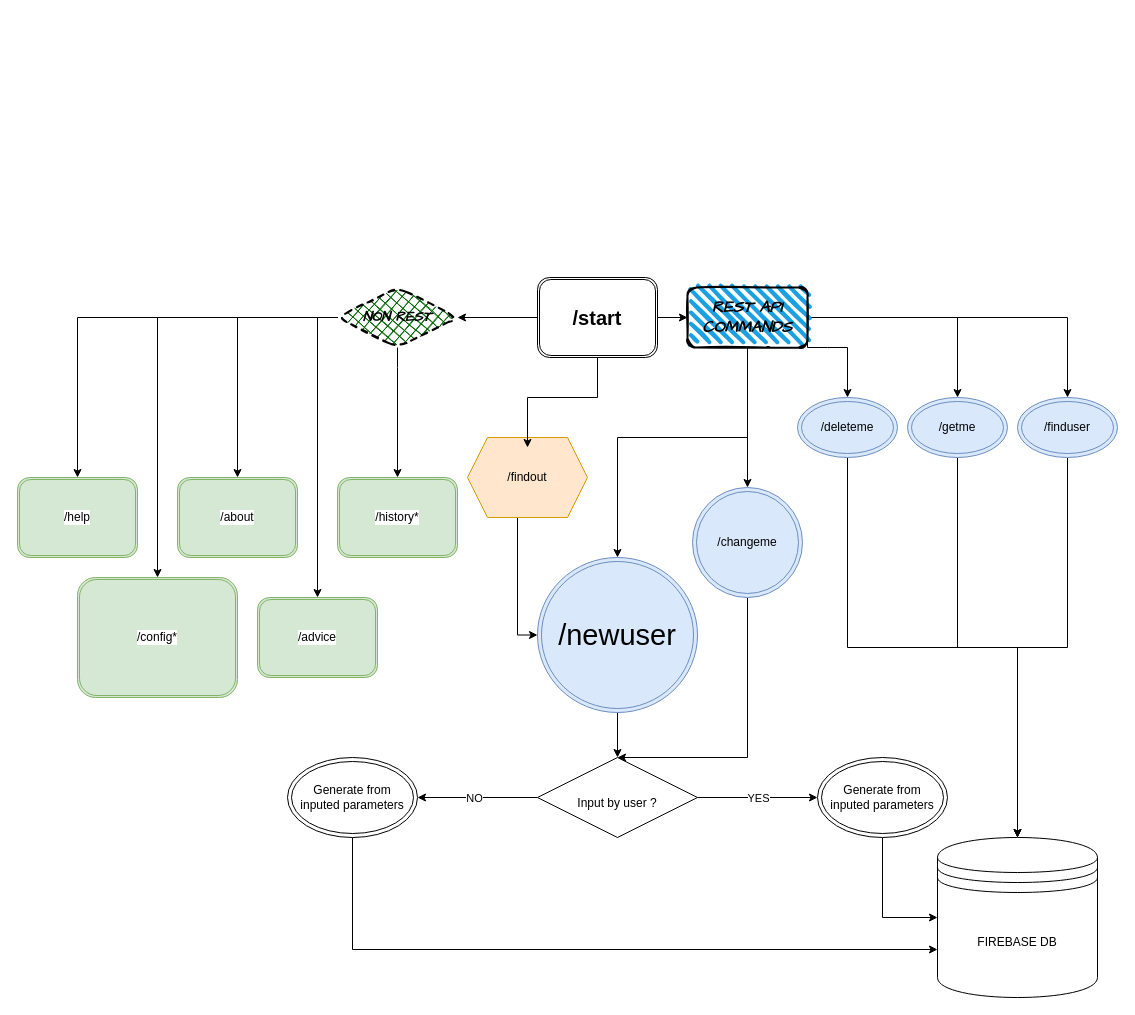
Above: DialogTree.drawio in unhugly/Parameter_Telegram_bot (draw.io), before the change. Source tidied: cells renumbered, new cells numbered last; positions are measured from the earlier drawing's top-left corner, leaving out a move shared by most shapes. Both pictures are drawn from the tidied source at 100%, with x=0, y=0 at pixel (17, 277).
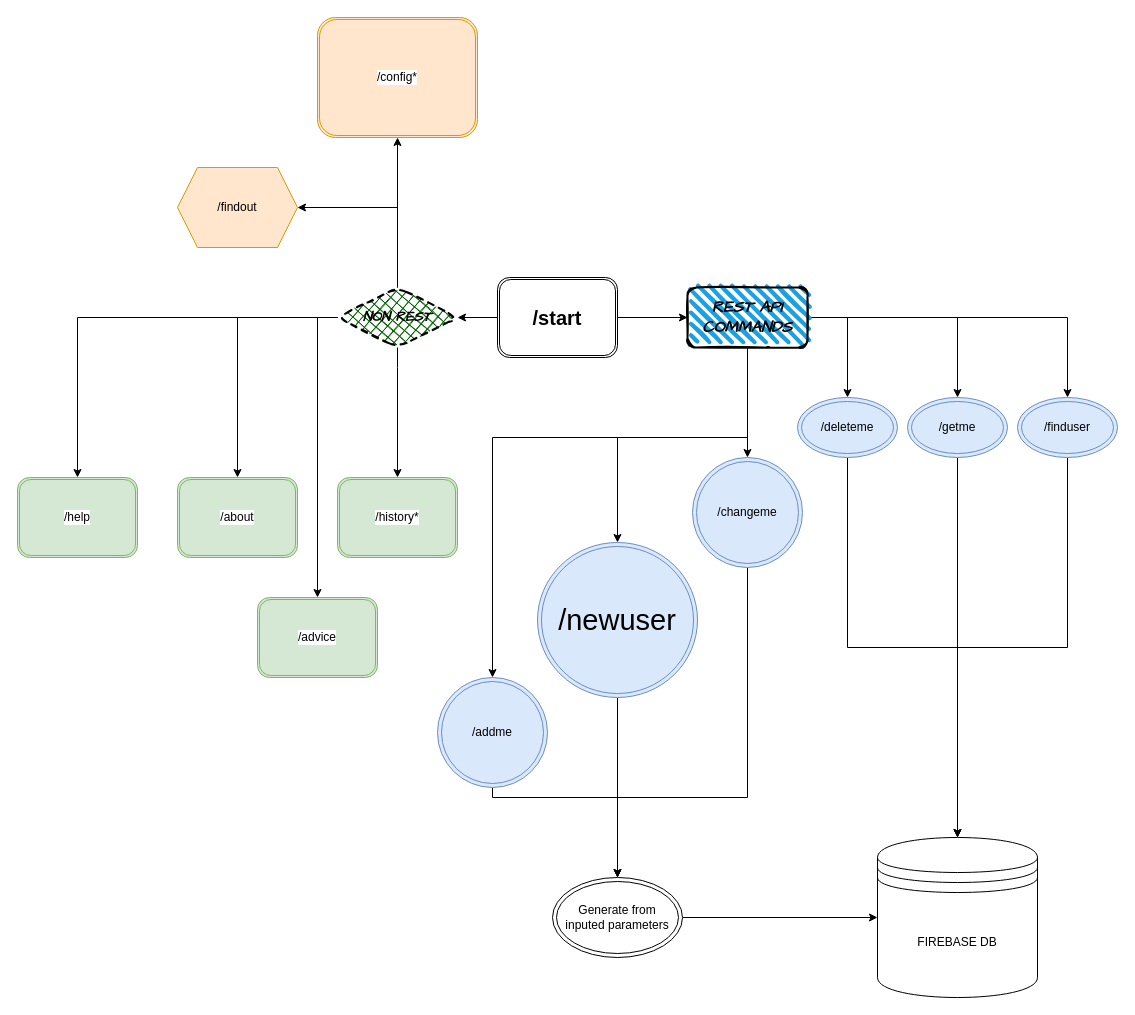
The same page after the edit.

Commit message:
Table Updated with new structure

Unchanged cells that the change refers to:
```xml
<mxCell id="20" value="&lt;b&gt;&lt;font face=&quot;Comic Sans MS&quot; style=&quot;font-size: 16px;&quot;&gt;&lt;i&gt;REST API COMMANDS&lt;/i&gt;&lt;/font&gt;&lt;/b&gt;" style="rounded=1;whiteSpace=wrap;html=1;strokeWidth=2;fillWeight=4;hachureGap=8;hachureAngle=45;fillColor=#1ba1e2;sketch=1;" parent="1" vertex="1">
  <mxGeometry x="670" y="10" width="120" height="60" as="geometry" />
</mxCell>
<mxCell id="21" value="&lt;b&gt;&lt;i&gt;&lt;font style=&quot;font-size: 14px;&quot; face=&quot;Comic Sans MS&quot;&gt;NON REST&lt;/font&gt;&lt;/i&gt;&lt;/b&gt;" style="rhombus;whiteSpace=wrap;html=1;strokeWidth=2;fillWeight=-1;hachureGap=8;fillStyle=cross-hatch;fillColor=#006600;sketch=1;rounded=1;shadow=0;dashed=1;" parent="1" vertex="1">
  <mxGeometry x="320" y="10" width="120" height="60" as="geometry" />
</mxCell>
<mxCell id="29" value="/deleteme" style="ellipse;shape=doubleEllipse;whiteSpace=wrap;html=1;fillColor=#dae8fc;strokeColor=#6c8ebf;" parent="1" vertex="1">
  <mxGeometry x="780" y="120" width="100" height="60" as="geometry" />
</mxCell>
<mxCell id="31" value="/finduser" style="ellipse;shape=doubleEllipse;whiteSpace=wrap;html=1;fillColor=#dae8fc;strokeColor=#6c8ebf;" parent="1" vertex="1">
  <mxGeometry x="1000" y="120" width="100" height="60" as="geometry" />
</mxCell>
```

Diff of the diagram source:
```diff
@@
-    <mxCell id="5" style="edgeStyle=orthogonalEdgeStyle;rounded=0;jettySize=auto;html=1;entryX=0.5;entryY=0;entryDx=0;entryDy=0;exitX=0;exitY=0.5;exitDx=0;exitDy=0;" parent="1" edge="1" source="21" target="13">
-      <mxGeometry relative="1" as="geometry" />
-    </mxCell>
@@
     <mxCell id="9" value="&lt;b&gt;&lt;font style=&quot;font-size: 20px;&quot;&gt;/start&lt;/font&gt;&lt;/b&gt;" style="shape=ext;double=1;rounded=1;whiteSpace=wrap;html=1;" parent="1" vertex="1">
-      <mxGeometry x="520" width="120" height="80" as="geometry" />
+      <mxGeometry x="480" width="120" height="80" as="geometry" />
     </mxCell>
@@
-    <mxCell id="13" value="/config*" style="shape=ext;double=1;rounded=1;whiteSpace=wrap;html=1;labelBackgroundColor=default;fillColor=#d5e8d4;strokeColor=#82b366;" parent="1" vertex="1">
-      <mxGeometry x="60" y="300" width="160" height="120" as="geometry" />
+    <mxCell id="13" value="/config*" style="shape=ext;double=1;rounded=1;whiteSpace=wrap;html=1;labelBackgroundColor=default;fillColor=#ffe6cc;strokeColor=#d79b00;" parent="1" vertex="1">
+      <mxGeometry x="300" y="-260" width="160" height="120" as="geometry" />
     </mxCell>
@@
     <mxCell id="18" style="edgeStyle=orthogonalEdgeStyle;rounded=0;jettySize=auto;html=1;exitX=1;exitY=0.5;exitDx=0;exitDy=0;entryX=0.5;entryY=0;entryDx=0;entryDy=0;" parent="1" edge="1" source="20" target="29">
       <mxGeometry relative="1" as="geometry">
         <Array as="points">
-          <mxPoint x="810" y="70" />
-          <mxPoint x="810" y="70" />
+          <mxPoint x="830" y="40" />
         </Array>
       </mxGeometry>
     </mxCell>
@@
+    <mxCell id="45" style="edgeStyle=orthogonalEdgeStyle;rounded=0;jettySize=auto;html=1;entryX=0.5;entryY=0;entryDx=0;entryDy=0;" parent="1" edge="1" source="20" target="50">
+      <mxGeometry relative="1" as="geometry">
+        <Array as="points">
+          <mxPoint x="730" y="160" />
+          <mxPoint x="475" y="160" />
+        </Array>
+      </mxGeometry>
+    </mxCell>
@@
+    <mxCell id="46" style="edgeStyle=orthogonalEdgeStyle;rounded=0;jettySize=auto;html=1;entryX=1;entryY=0.5;entryDx=0;entryDy=0;" parent="1" edge="1" source="21" target="43">
+      <mxGeometry relative="1" as="geometry">
+        <Array as="points">
+          <mxPoint x="380" y="-70" />
+        </Array>
+      </mxGeometry>
+    </mxCell>
+    <mxCell id="5" style="edgeStyle=orthogonalEdgeStyle;rounded=0;jettySize=auto;html=1;entryX=0.5;entryY=1;entryDx=0;entryDy=0;" parent="1" edge="1" source="21" target="13">
+      <mxGeometry relative="1" as="geometry" />
+    </mxCell>
@@
-    <mxCell id="22" style="edgeStyle=orthogonalEdgeStyle;rounded=0;jettySize=auto;html=1;" parent="1" edge="1" source="23" target="36">
-      <mxGeometry relative="1" as="geometry" />
-    </mxCell>
+    <mxCell id="47" style="edgeStyle=orthogonalEdgeStyle;rounded=0;jettySize=auto;html=1;entryX=0.5;entryY=0;entryDx=0;entryDy=0;" parent="1" edge="1" source="23" target="41">
+      <mxGeometry relative="1" as="geometry" />
+    </mxCell>
     <mxCell id="23" value="/newuser" style="ellipse;shape=doubleEllipse;whiteSpace=wrap;html=1;fillColor=#dae8fc;strokeColor=#6c8ebf;fontSize=29;" parent="1" vertex="1">
-      <mxGeometry x="520" y="280" width="160" height="155" as="geometry" />
+      <mxGeometry x="520" y="265" width="160" height="155" as="geometry" />
     </mxCell>
@@
-    <mxCell id="26" style="edgeStyle=orthogonalEdgeStyle;rounded=0;jettySize=auto;html=1;entryX=0.5;entryY=0;entryDx=0;entryDy=0;" parent="1" edge="1" source="27" target="36">
-      <mxGeometry relative="1" as="geometry">
-        <Array as="points">
-          <mxPoint x="730" y="480" />
-        </Array>
-      </mxGeometry>
-    </mxCell>
+    <mxCell id="48" style="edgeStyle=orthogonalEdgeStyle;rounded=0;jettySize=auto;html=1;entryX=0.5;entryY=0;entryDx=0;entryDy=0;" parent="1" edge="1" source="27" target="41">
+      <mxGeometry relative="1" as="geometry">
+        <Array as="points">
+          <mxPoint x="730" y="520" />
+          <mxPoint x="600" y="520" />
+        </Array>
+      </mxGeometry>
+    </mxCell>
     <mxCell id="27" value="/changeme" style="ellipse;shape=doubleEllipse;whiteSpace=wrap;html=1;fillColor=#dae8fc;strokeColor=#6c8ebf;" parent="1" vertex="1">
-      <mxGeometry x="675" y="210" width="110" height="110" as="geometry" />
+      <mxGeometry x="675" y="180" width="110" height="110" as="geometry" />
     </mxCell>
     <mxCell id="28" style="edgeStyle=orthogonalEdgeStyle;rounded=0;jettySize=auto;html=1;entryX=0.5;entryY=0;entryDx=0;entryDy=0;exitX=0.5;exitY=1;exitDx=0;exitDy=0;" parent="1" edge="1" source="29" target="37">
       <mxGeometry relative="1" as="geometry">
         <Array as="points">
           <mxPoint x="830" y="370" />
-          <mxPoint x="1000" y="370" />
+          <mxPoint x="940" y="370" />
         </Array>
       </mxGeometry>
     </mxCell>
@@
-    <mxCell id="30" style="edgeStyle=orthogonalEdgeStyle;rounded=0;jettySize=auto;html=1;exitX=0.5;exitY=1;exitDx=0;exitDy=0;" parent="1" edge="1" source="31">
+    <mxCell id="30" style="edgeStyle=orthogonalEdgeStyle;rounded=0;jettySize=auto;html=1;exitX=0.5;exitY=1;exitDx=0;exitDy=0;entryX=0.5;entryY=0;entryDx=0;entryDy=0;" parent="1" edge="1" source="31" target="37">
       <mxGeometry relative="1" as="geometry">
-        <mxPoint x="1000" y="560" as="targetPoint" />
         <Array as="points">
           <mxPoint x="1050" y="370" />
-          <mxPoint x="1000" y="370" />
+          <mxPoint x="940" y="370" />
         </Array>
       </mxGeometry>
     </mxCell>
@@
-    <mxCell id="32" style="edgeStyle=orthogonalEdgeStyle;rounded=0;jettySize=auto;html=1;" parent="1" edge="1" source="36">
-      <mxGeometry relative="1" as="geometry">
-        <mxPoint x="800" y="520" as="targetPoint" />
-      </mxGeometry>
-    </mxCell>
-    <mxCell id="33" value="YES" style="edgeLabel;html=1;align=center;verticalAlign=middle;" parent="32" vertex="1">
-      <mxGeometry relative="1" as="geometry" />
-    </mxCell>
-    <mxCell id="34" style="edgeStyle=orthogonalEdgeStyle;rounded=0;jettySize=auto;html=1;" parent="1" edge="1" source="36">
-      <mxGeometry relative="1" as="geometry">
-        <mxPoint x="400" y="520" as="targetPoint" />
-      </mxGeometry>
-    </mxCell>
-    <mxCell id="35" value="NO" style="edgeLabel;html=1;align=center;verticalAlign=middle;" parent="34" vertex="1">
-      <mxGeometry x="0.07" relative="1" as="geometry" />
-    </mxCell>
-    <mxCell id="36" value="&lt;font style=&quot;font-size: 12px;&quot;&gt;Input by user ?&lt;/font&gt;" style="rhombus;whiteSpace=wrap;html=1;fontSize=29;align=center;verticalAlign=middle;" parent="1" vertex="1">
-      <mxGeometry x="520" y="480" width="160" height="80" as="geometry" />
-    </mxCell>
     <mxCell id="37" value="FIREBASE DB" style="shape=datastore;whiteSpace=wrap;html=1;direction=east;" parent="1" vertex="1">
-      <mxGeometry x="920" y="560" width="160" height="160" as="geometry" />
+      <mxGeometry x="860" y="560" width="160" height="160" as="geometry" />
     </mxCell>
-    <mxCell id="38" style="edgeStyle=orthogonalEdgeStyle;rounded=0;jettySize=auto;html=1;entryX=0;entryY=0.7;entryDx=0;entryDy=0;" parent="1" edge="1" source="39" target="37">
-      <mxGeometry relative="1" as="geometry">
-        <Array as="points">
-          <mxPoint x="335" y="672" />
-        </Array>
-      </mxGeometry>
-    </mxCell>
-    <mxCell id="39" value="&lt;font style=&quot;font-size: 12px;&quot;&gt;Generate from inputed parameters&lt;/font&gt;" style="ellipse;shape=doubleEllipse;whiteSpace=wrap;html=1;" parent="1" vertex="1">
-      <mxGeometry x="270" y="480" width="130" height="80" as="geometry" />
-    </mxCell>
-    <mxCell id="40" style="edgeStyle=orthogonalEdgeStyle;rounded=0;jettySize=auto;html=1;exitX=0.5;exitY=1;exitDx=0;exitDy=0;entryX=0;entryY=0.5;entryDx=0;entryDy=0;" parent="1" edge="1" source="41" target="37">
+    <mxCell id="40" style="edgeStyle=orthogonalEdgeStyle;rounded=0;jettySize=auto;html=1;" parent="1" edge="1" source="41" target="37">
       <mxGeometry relative="1" as="geometry" />
     </mxCell>
     <mxCell id="41" value="&lt;font style=&quot;font-size: 12px;&quot;&gt;Generate from inputed parameters&lt;/font&gt;" style="ellipse;shape=doubleEllipse;whiteSpace=wrap;html=1;" parent="1" vertex="1">
-      <mxGeometry x="800" y="480" width="130" height="80" as="geometry" />
+      <mxGeometry x="535" y="600" width="130" height="80" as="geometry" />
     </mxCell>
-    <mxCell id="42" style="edgeStyle=orthogonalEdgeStyle;rounded=0;jettySize=auto;html=1;entryX=0;entryY=0.5;entryDx=0;entryDy=0;" parent="1" edge="1" source="43" target="23">
-      <mxGeometry relative="1" as="geometry">
-        <Array as="points">
-          <mxPoint x="500" y="358" />
-        </Array>
-      </mxGeometry>
-    </mxCell>
     <mxCell id="43" value="/findout" style="shape=hexagon;perimeter=hexagonPerimeter2;whiteSpace=wrap;html=1;fixedSize=1;fillColor=#ffe6cc;strokeColor=#d79b00;" parent="1" vertex="1">
-      <mxGeometry x="450" y="160" width="120" height="80" as="geometry" />
+      <mxGeometry x="160" y="-110" width="120" height="80" as="geometry" />
     </mxCell>
-    <mxCell id="44" style="edgeStyle=orthogonalEdgeStyle;rounded=0;jettySize=auto;html=1;entryX=0.5;entryY=0.125;entryDx=0;entryDy=0;entryPerimeter=0;" parent="1" edge="1" source="9" target="43">
-      <mxGeometry relative="1" as="geometry" />
-    </mxCell>
+    <mxCell id="49" style="edgeStyle=orthogonalEdgeStyle;rounded=0;jettySize=auto;html=1;entryX=0.5;entryY=0;entryDx=0;entryDy=0;" parent="1" edge="1" source="50" target="41">
+      <mxGeometry relative="1" as="geometry">
+        <Array as="points">
+          <mxPoint x="475" y="520" />
+          <mxPoint x="600" y="520" />
+        </Array>
+      </mxGeometry>
+    </mxCell>
+    <mxCell id="50" value="/addme" style="ellipse;shape=doubleEllipse;whiteSpace=wrap;html=1;fillColor=#dae8fc;strokeColor=#6c8ebf;" parent="1" vertex="1">
+      <mxGeometry x="420" y="400" width="110" height="110" as="geometry" />
+    </mxCell>
```
